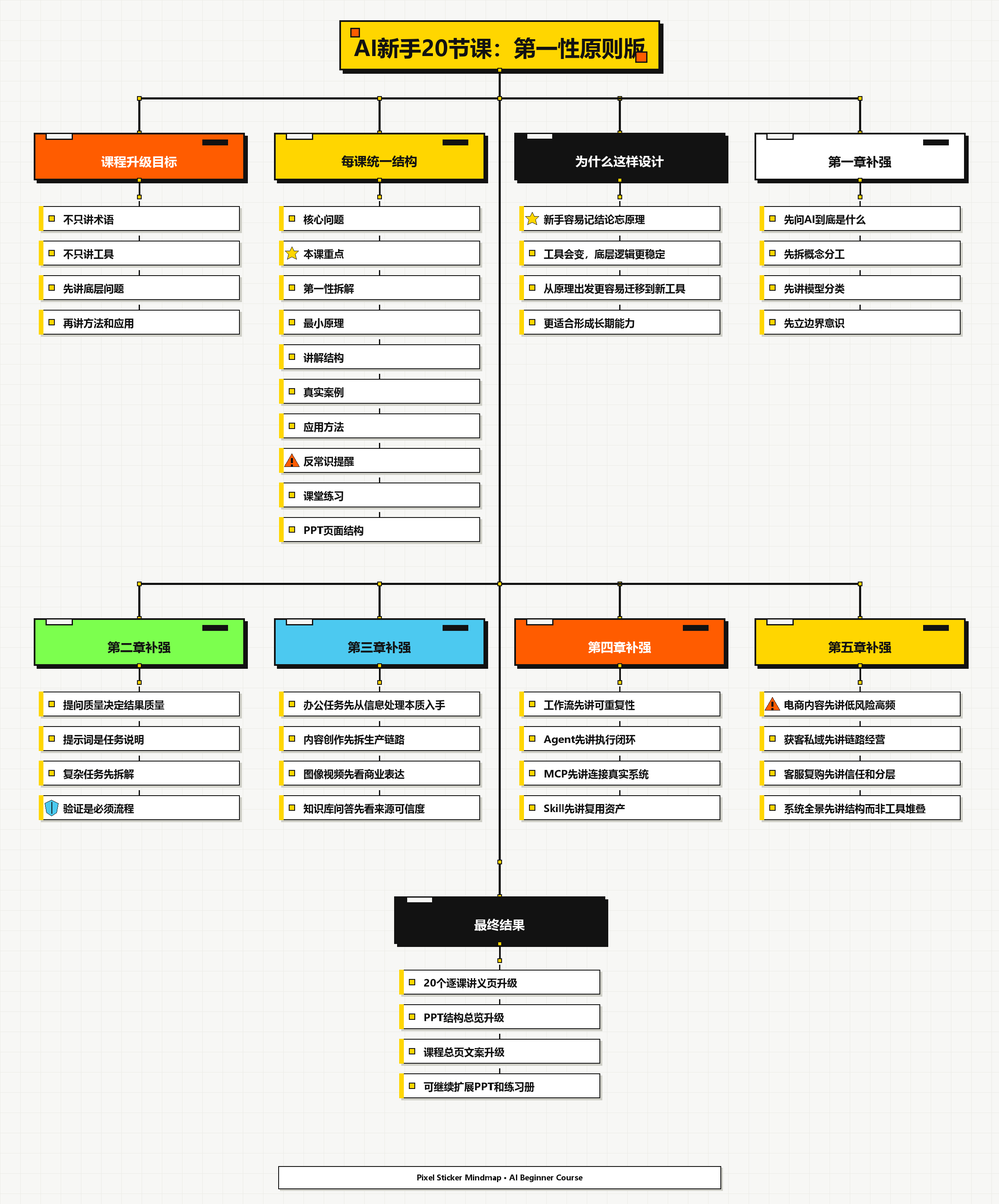
This is first-principles-course-mindmap.png from locooooooooo/ai-beginner-course, a Mermaid export, as it was before one commit. Its source is kept beside it as first-principles-course-mindmap.mmd. Its diagram source:
```mermaid
mindmap
  root((AI新手20节课：第一性原则版))
    课程升级目标
      不只讲术语
      不只讲工具
      先讲底层问题
      再讲方法和应用
    每课统一结构
      核心问题
      本课重点
      第一性拆解
      最小原理
      讲解结构
      真实案例
      应用方法
      反常识提醒
      课堂练习
      PPT页面结构
    为什么这样设计
      新手容易记结论忘原理
      工具会变，底层逻辑更稳定
      从原理出发更容易迁移到新工具
      更适合形成长期能力
    第一章补强
      先问AI到底是什么
      先拆概念分工
      先讲模型分类
      先立边界意识
    第二章补强
      提问质量决定结果质量
      提示词是任务说明
      复杂任务先拆解
      验证是必须流程
    第三章补强
      办公任务先从信息处理本质入手
      内容创作先拆生产链路
      图像视频先看商业表达
      知识库问答先看来源可信度
    第四章补强
      工作流先讲可重复性
      Agent先讲执行闭环
      MCP先讲连接真实系统
      Skill先讲复用资产
    第五章补强
      电商内容先讲低风险高频
      获客私域先讲链路经营
      客服复购先讲信任和分层
      系统全景先讲结构而非工具堆叠
    最终结果
      20个逐课讲义页升级
      PPT结构总览升级
      课程总页文案升级
      可继续扩展PPT和练习册
```
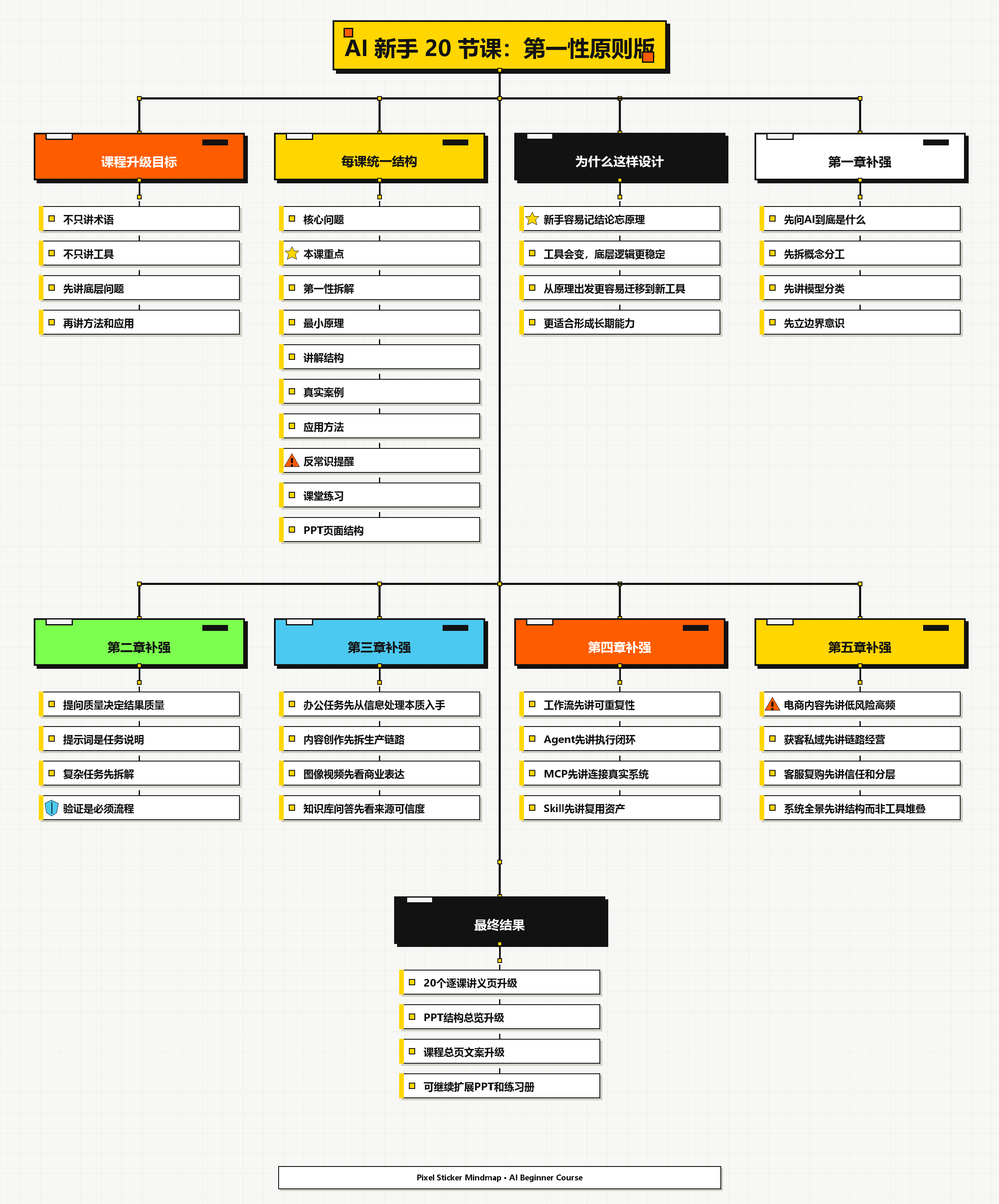
Later version of the same file.

What changed in the source:
```diff
@@ -1,5 +1,5 @@
 mindmap
-  root((AI新手20节课：第一性原则版))
+  root((AI 新手 20 节课：第一性原则版))
     课程升级目标
       不只讲术语
       不只讲工具
```
